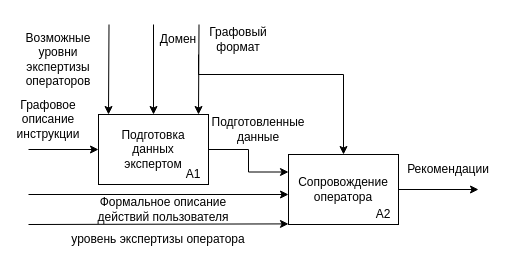
Before: report/inc/img/idef0_x.drawio in Jarozin/diplom, a draw.io diagram. Source tidied: cells renumbered, new cells numbered last; positions are measured from the earlier drawing's top-left corner, leaving out a move shared by most shapes. Both pictures are drawn from the tidied source at 100%, with x=0, y=0 at pixel (18, 24).
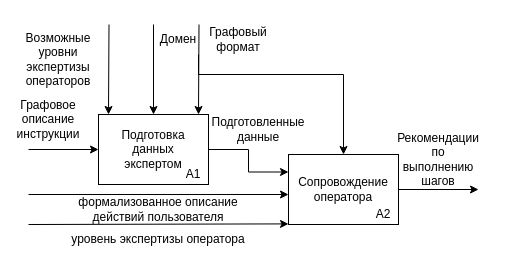
The same diagram, later.

Change to the diagram source:
```diff
@@
-    <mxCell id="14" value="Рекомендации" style="text;html=1;align=center;verticalAlign=middle;whiteSpace=wrap;rounded=0;" parent="1" vertex="1">
-      <mxGeometry x="400" y="130" width="60" height="30" as="geometry" />
+    <mxCell id="14" value="Рекомендации по выполнению шагов" style="text;html=1;align=center;verticalAlign=middle;whiteSpace=wrap;rounded=0;" parent="1" vertex="1">
+      <mxGeometry x="390" y="120" width="60" height="30" as="geometry" />
     </mxCell>
@@
-    <mxCell id="17" value="Формальное описание действий пользователя" style="text;html=1;align=center;verticalAlign=middle;whiteSpace=wrap;rounded=0;" parent="1" vertex="1">
-      <mxGeometry x="70" y="170" width="150" height="30" as="geometry" />
+    <mxCell id="17" value="формализованное описание действий пользователя" style="text;html=1;align=center;verticalAlign=middle;whiteSpace=wrap;rounded=0;" parent="1" vertex="1">
+      <mxGeometry x="55" y="170" width="170" height="30" as="geometry" />
     </mxCell>
```
